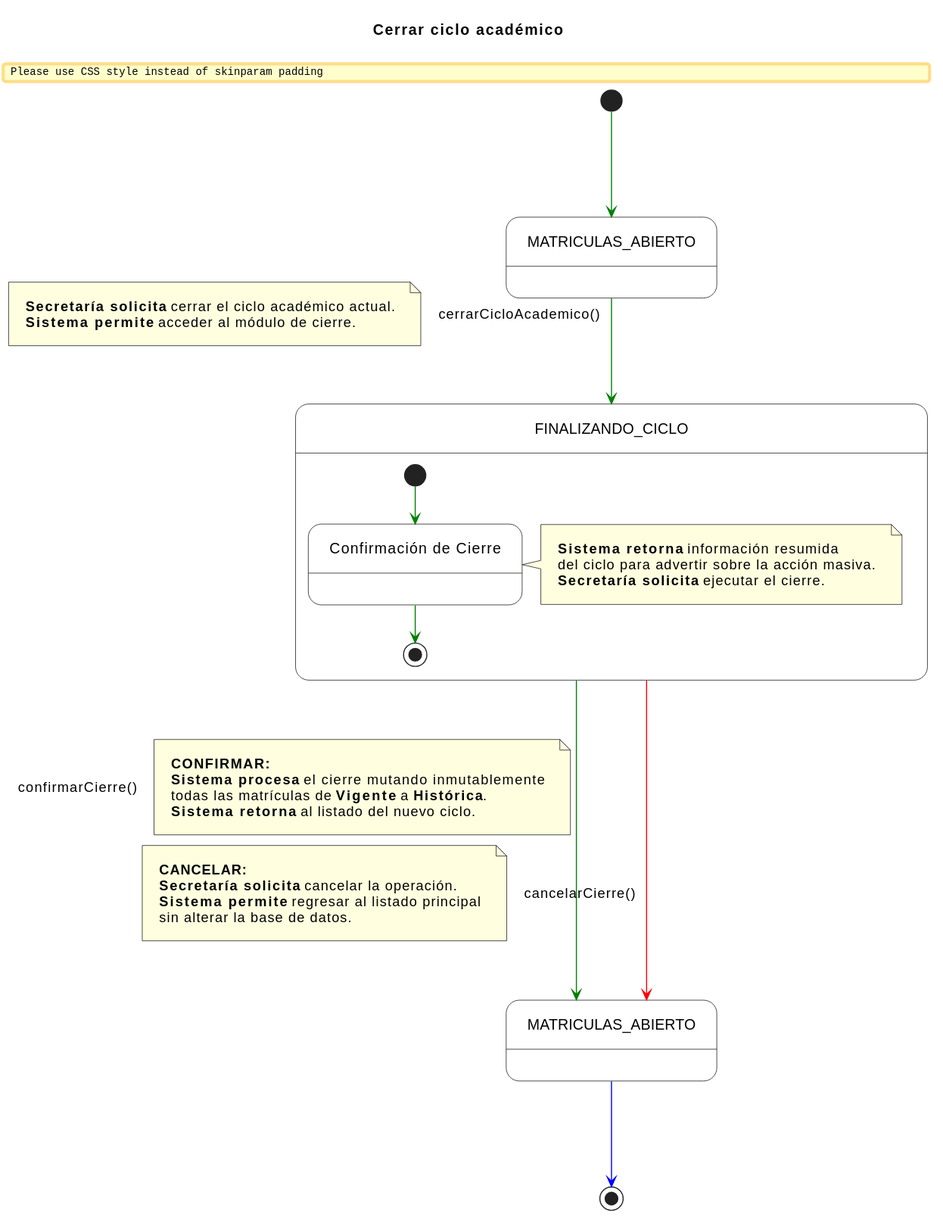
Earlier version of the PlantUML export documents/CasosDeUso/DetalladoCasosDeUso/Secretaria/cerrarCicloAcademico.svg (enmabry/25-26-IdSw1-SdR). The source it was exported from:
```plantuml
@startuml
title Cerrar ciclo académico

skinparam nodesep 100
skinparam ranksep 100
skinparam linetype ortho
skinparam Padding 10
skinparam {
    StateBackgroundColor white
    StateBorderColor black
    NoteBackgroundColor lightyellow
    NoteBorderColor black
}

state MATRICULAS_ABIERTO_INICIAL   as "MATRICULAS_ABIERTO"
state PROCESO_CIERRE_COMP          as "FINALIZANDO_CICLO"
state MATRICULAS_ABIERTO_FINAL     as "MATRICULAS_ABIERTO"

[*] -[#green]-> MATRICULAS_ABIERTO_INICIAL

MATRICULAS_ABIERTO_INICIAL -[#green]-> PROCESO_CIERRE_COMP : cerrarCicloAcademico()
note left on link
    <b>Secretaría solicita</b> cerrar el ciclo académico actual.
    <b>Sistema permite</b> acceder al módulo de cierre.
end note

state PROCESO_CIERRE_COMP {
    state ConfirmacionCierre as "Confirmación de Cierre"

    [*] -[#green]-> ConfirmacionCierre

    note right of ConfirmacionCierre
        <b>Sistema retorna</b> información resumida
        del ciclo para advertir sobre la acción masiva.
        <b>Secretaría solicita</b> ejecutar el cierre.
    end note

    ConfirmacionCierre -[#green]-> [*]
}

PROCESO_CIERRE_COMP -[#green]---> MATRICULAS_ABIERTO_FINAL : confirmarCierre()
note right on link
    <b>CONFIRMAR:</b>
    <b>Sistema procesa</b> el cierre mutando inmutablemente
    todas las matrículas de <b>Vigente</b> a <b>Histórica</b>.
    <b>Sistema retorna</b> al listado del nuevo ciclo.
end note

PROCESO_CIERRE_COMP -[#red]---> MATRICULAS_ABIERTO_FINAL : cancelarCierre()
note left on link
    <b>CANCELAR:</b>
    <b>Secretaría solicita</b> cancelar la operación.
    <b>Sistema permite</b> regresar al listado principal
    sin alterar la base de datos.
end note

MATRICULAS_ABIERTO_FINAL -[#blue]-> [*]
@enduml
```
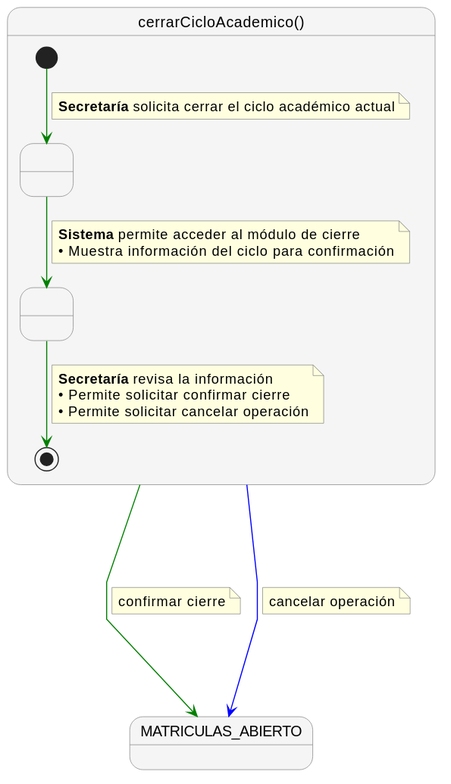
The same diagram one commit later.

What changed in the source:
```diff
@@ -1,58 +1,45 @@
 @startuml
-title Cerrar ciclo académico
+skinparam nodesep 60
+skinparam ranksep 60
+skinparam linetype polyline
+skinparam NoteBackgroundColor lightyellow
+skinparam NoteBorderColor gray
+skinparam StateBackgroundColor #F5F5F5
+skinparam StateBorderColor gray
 
-skinparam nodesep 100
-skinparam ranksep 100
-skinparam linetype ortho
-skinparam Padding 10
-skinparam {
-    StateBackgroundColor white
-    StateBorderColor black
-    NoteBackgroundColor lightyellow
-    NoteBorderColor black
+state "cerrarCicloAcademico()" as cerrarCicloAcademico {
+
+    state " " as Paso1
+    state " " as Paso2
+
+    [*] -[#green]-> Paso1
+    note on link
+      <b>Secretaría</b> solicita cerrar el ciclo académico actual
+    end note
+
+    Paso1 -[#green]-> Paso2
+    note on link
+      <b>Sistema</b> permite acceder al módulo de cierre
+      • Muestra información del ciclo para confirmación
+    end note
+
+    Paso2 -[#green]-> [*]
+    note on link
+      <b>Secretaría</b> revisa la información
+      • Permite solicitar confirmar cierre
+      • Permite solicitar cancelar operación
+    end note
 }
 
-state MATRICULAS_ABIERTO_INICIAL   as "MATRICULAS_ABIERTO"
-state PROCESO_CIERRE_COMP          as "FINALIZANDO_CICLO"
-state MATRICULAS_ABIERTO_FINAL     as "MATRICULAS_ABIERTO"
+state "MATRICULAS_ABIERTO" as MATRICULAS_ABIERTO
 
-[*] -[#green]-> MATRICULAS_ABIERTO_INICIAL
-
-MATRICULAS_ABIERTO_INICIAL -[#green]-> PROCESO_CIERRE_COMP : cerrarCicloAcademico()
-note left on link
-    <b>Secretaría solicita</b> cerrar el ciclo académico actual.
-    <b>Sistema permite</b> acceder al módulo de cierre.
+cerrarCicloAcademico -[#green]---> MATRICULAS_ABIERTO
+note right on link
+  confirmar cierre
 end note
 
-state PROCESO_CIERRE_COMP {
-    state ConfirmacionCierre as "Confirmación de Cierre"
-
-    [*] -[#green]-> ConfirmacionCierre
-
-    note right of ConfirmacionCierre
-        <b>Sistema retorna</b> información resumida
-        del ciclo para advertir sobre la acción masiva.
-        <b>Secretaría solicita</b> ejecutar el cierre.
-    end note
-
-    ConfirmacionCierre -[#green]-> [*]
-}
-
-PROCESO_CIERRE_COMP -[#green]---> MATRICULAS_ABIERTO_FINAL : confirmarCierre()
+cerrarCicloAcademico -[#blue]---> MATRICULAS_ABIERTO
 note right on link
-    <b>CONFIRMAR:</b>
-    <b>Sistema procesa</b> el cierre mutando inmutablemente
-    todas las matrículas de <b>Vigente</b> a <b>Histórica</b>.
-    <b>Sistema retorna</b> al listado del nuevo ciclo.
+  cancelar operación
 end note
-
-PROCESO_CIERRE_COMP -[#red]---> MATRICULAS_ABIERTO_FINAL : cancelarCierre()
-note left on link
-    <b>CANCELAR:</b>
-    <b>Secretaría solicita</b> cancelar la operación.
-    <b>Sistema permite</b> regresar al listado principal
-    sin alterar la base de datos.
-end note
-
-MATRICULAS_ABIERTO_FINAL -[#blue]-> [*]
 @enduml
```
